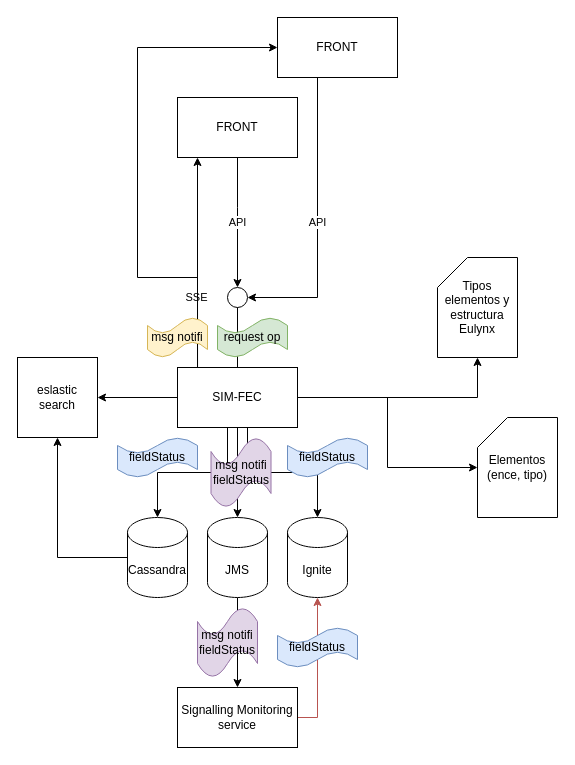
This is page "Page-1" (1 of 2) of tms_sim_fec.drawio from jeongon/DIAGRAMAS_TMS, a draw.io file, before an edit. Source tidied: cells renumbered, new cells numbered last; positions are measured from the earlier drawing's top-left corner, leaving out a move shared by most shapes. Both pictures are drawn from the tidied source at 100%, with x=0, y=0 at pixel (17, 17).
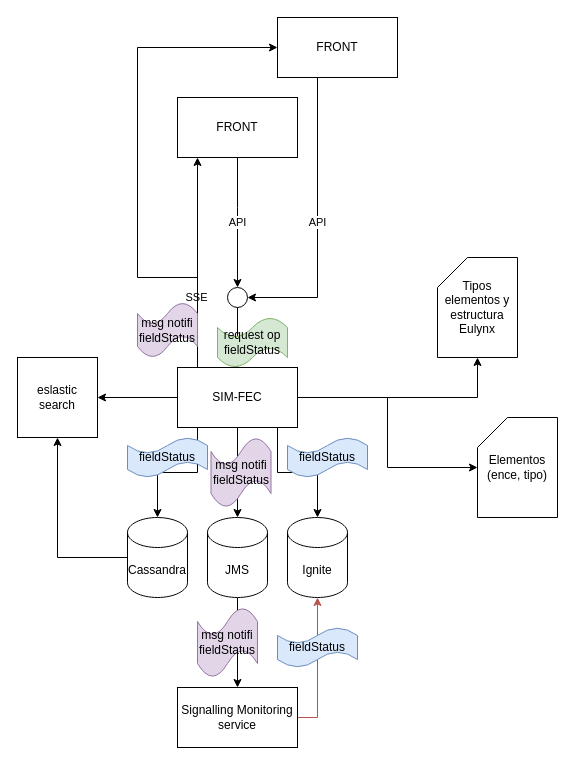
After the change.

Unchanged cells that the change refers to:
```xml
<mxCell id="11" value="SIM-FEC" style="rounded=0;whiteSpace=wrap;html=1;" parent="1" vertex="1">
  <mxGeometry x="160" y="350" width="120" height="60" as="geometry" />
</mxCell>
<mxCell id="15" value="Cassandra" style="shape=cylinder3;whiteSpace=wrap;html=1;boundedLbl=1;backgroundOutline=1;size=15;" parent="1" vertex="1">
  <mxGeometry x="110" y="500" width="60" height="80" as="geometry" />
</mxCell>
<mxCell id="21" value="Ignite" style="shape=cylinder3;whiteSpace=wrap;html=1;boundedLbl=1;backgroundOutline=1;size=15;" parent="1" vertex="1">
  <mxGeometry x="270" y="500" width="60" height="80" as="geometry" />
</mxCell>
```

What changed in the source:
```diff
@@
     <mxCell id="4" style="edgeStyle=orthogonalEdgeStyle;rounded=0;jettySize=auto;html=1;" parent="1" edge="1" source="11" target="15">
       <mxGeometry relative="1" as="geometry">
         <Array as="points">
-          <mxPoint x="210" y="455" />
+          <mxPoint x="180" y="455" />
           <mxPoint x="140" y="455" />
         </Array>
       </mxGeometry>
     </mxCell>
@@
     <mxCell id="6" style="edgeStyle=orthogonalEdgeStyle;rounded=0;jettySize=auto;html=1;" parent="1" edge="1" source="11" target="21">
       <mxGeometry relative="1" as="geometry">
         <Array as="points">
-          <mxPoint x="230" y="455" />
+          <mxPoint x="260" y="455" />
           <mxPoint x="300" y="455" />
         </Array>
       </mxGeometry>
     </mxCell>
@@
-    <mxCell id="30" value="request op" style="shape=tape;whiteSpace=wrap;html=1;fillColor=#d5e8d4;strokeColor=#82b366;" parent="1" vertex="1">
-      <mxGeometry x="200" y="300" width="70" height="40" as="geometry" />
+    <mxCell id="30" value="request op&lt;br&gt;fieldStatus" style="shape=tape;whiteSpace=wrap;html=1;fillColor=#d5e8d4;strokeColor=#82b366;" parent="1" vertex="1">
+      <mxGeometry x="200" y="300" width="70" height="50" as="geometry" />
     </mxCell>
-    <mxCell id="31" value="msg notifi" style="shape=tape;whiteSpace=wrap;html=1;fillColor=#fff2cc;strokeColor=#d6b656;" parent="1" vertex="1">
-      <mxGeometry x="130" y="300" width="60" height="40" as="geometry" />
-    </mxCell>
@@
     <mxCell id="34" value="fieldStatus" style="shape=tape;whiteSpace=wrap;html=1;fillColor=#dae8fc;strokeColor=#6c8ebf;" parent="1" vertex="1">
-      <mxGeometry x="100" y="420" width="80" height="40" as="geometry" />
+      <mxGeometry x="110" y="420" width="80" height="40" as="geometry" />
     </mxCell>
+    <mxCell id="35" value="msg notifi&lt;br&gt;fieldStatus" style="shape=tape;whiteSpace=wrap;html=1;fillColor=#e1d5e7;strokeColor=#9673a6;" parent="1" vertex="1">
+      <mxGeometry x="120" y="285" width="60" height="55" as="geometry" />
+    </mxCell>
```
